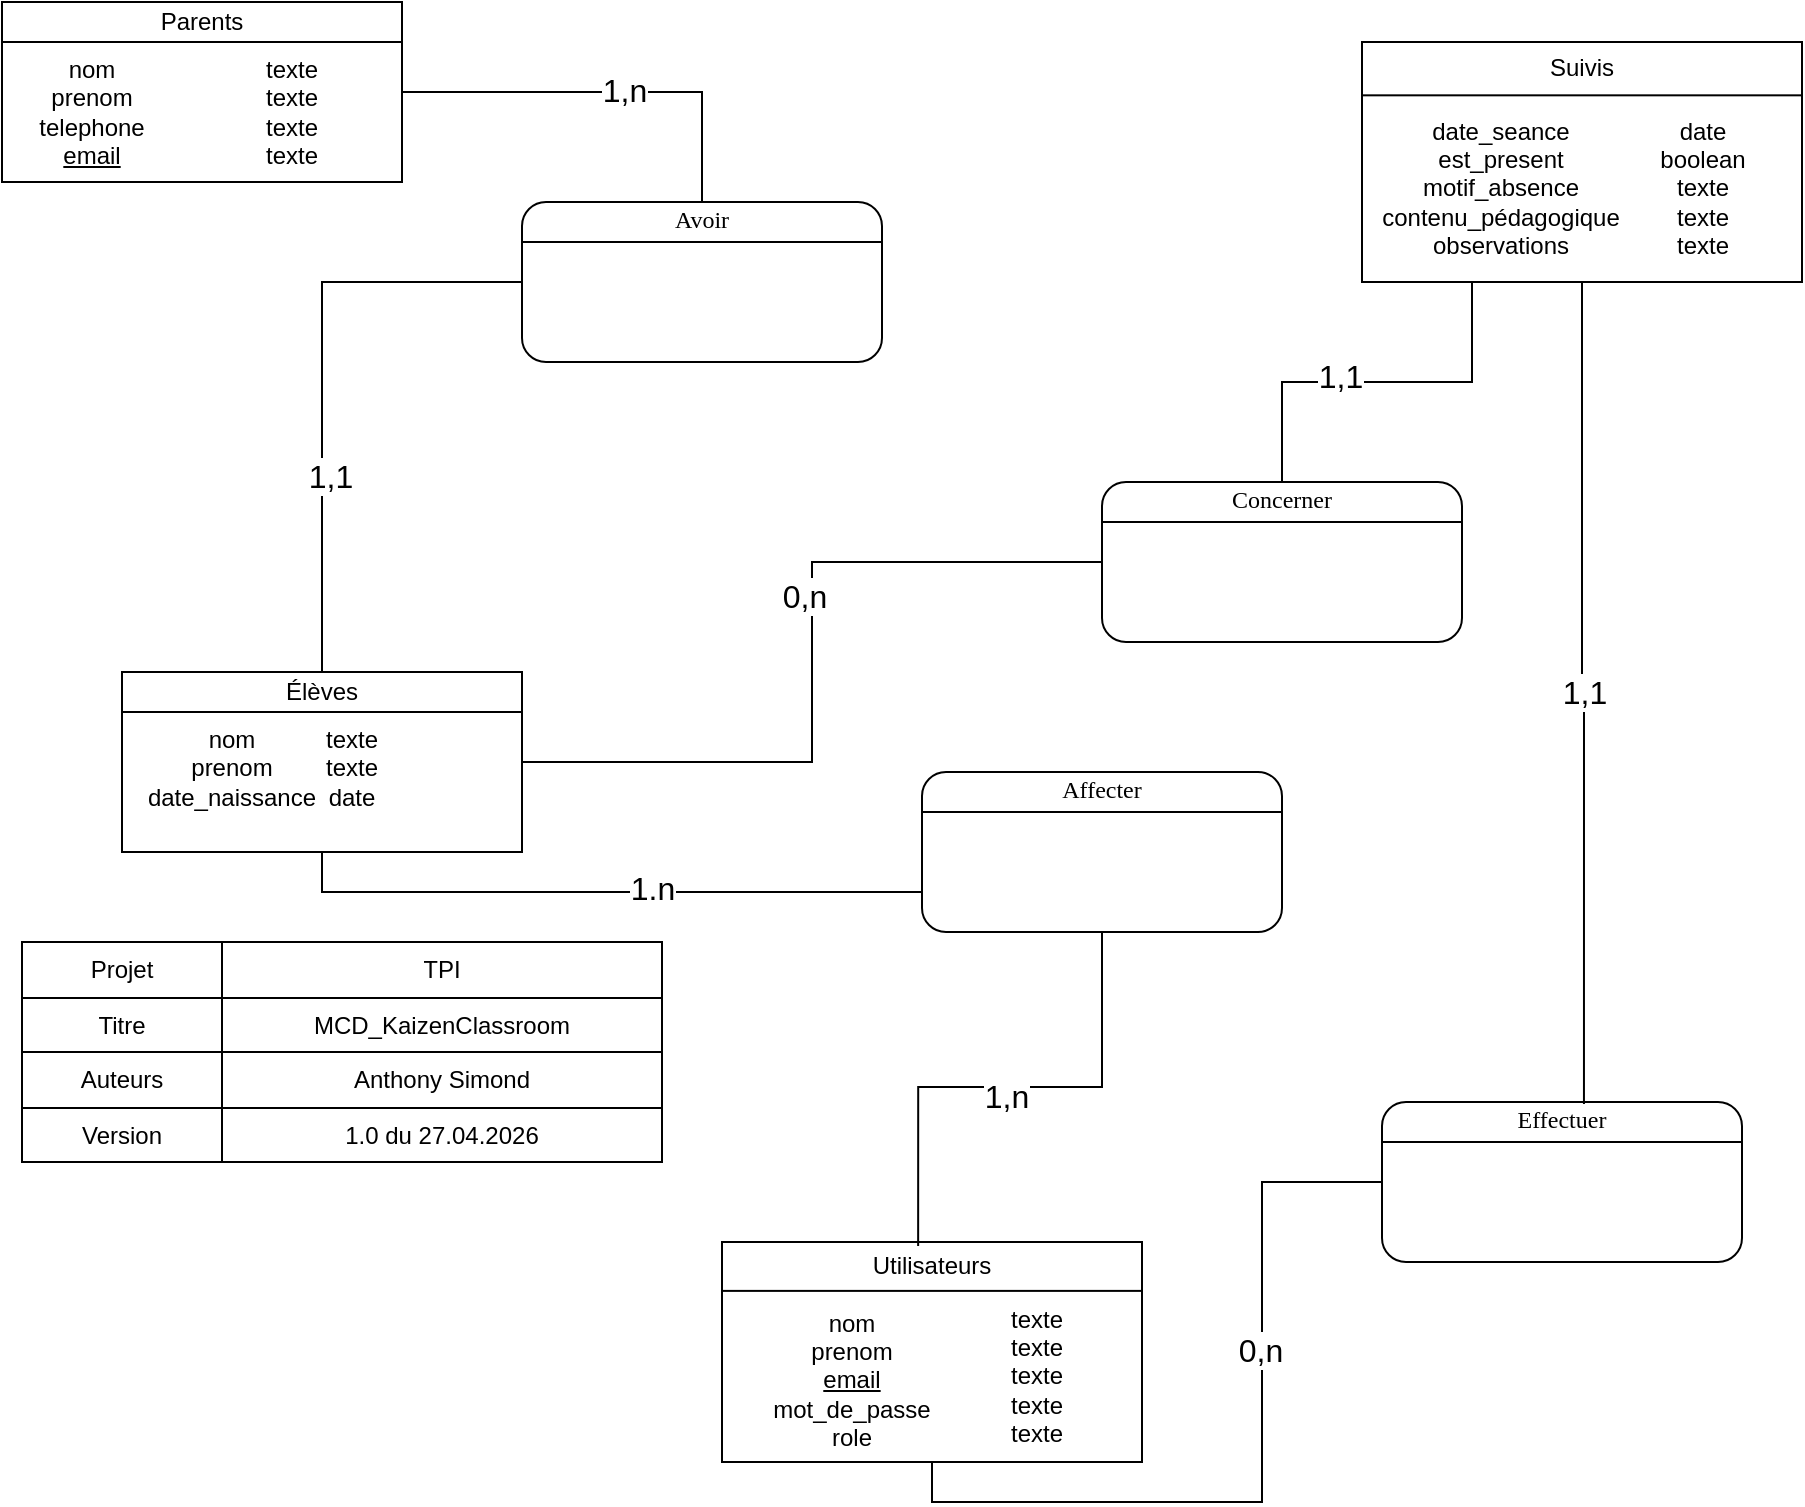
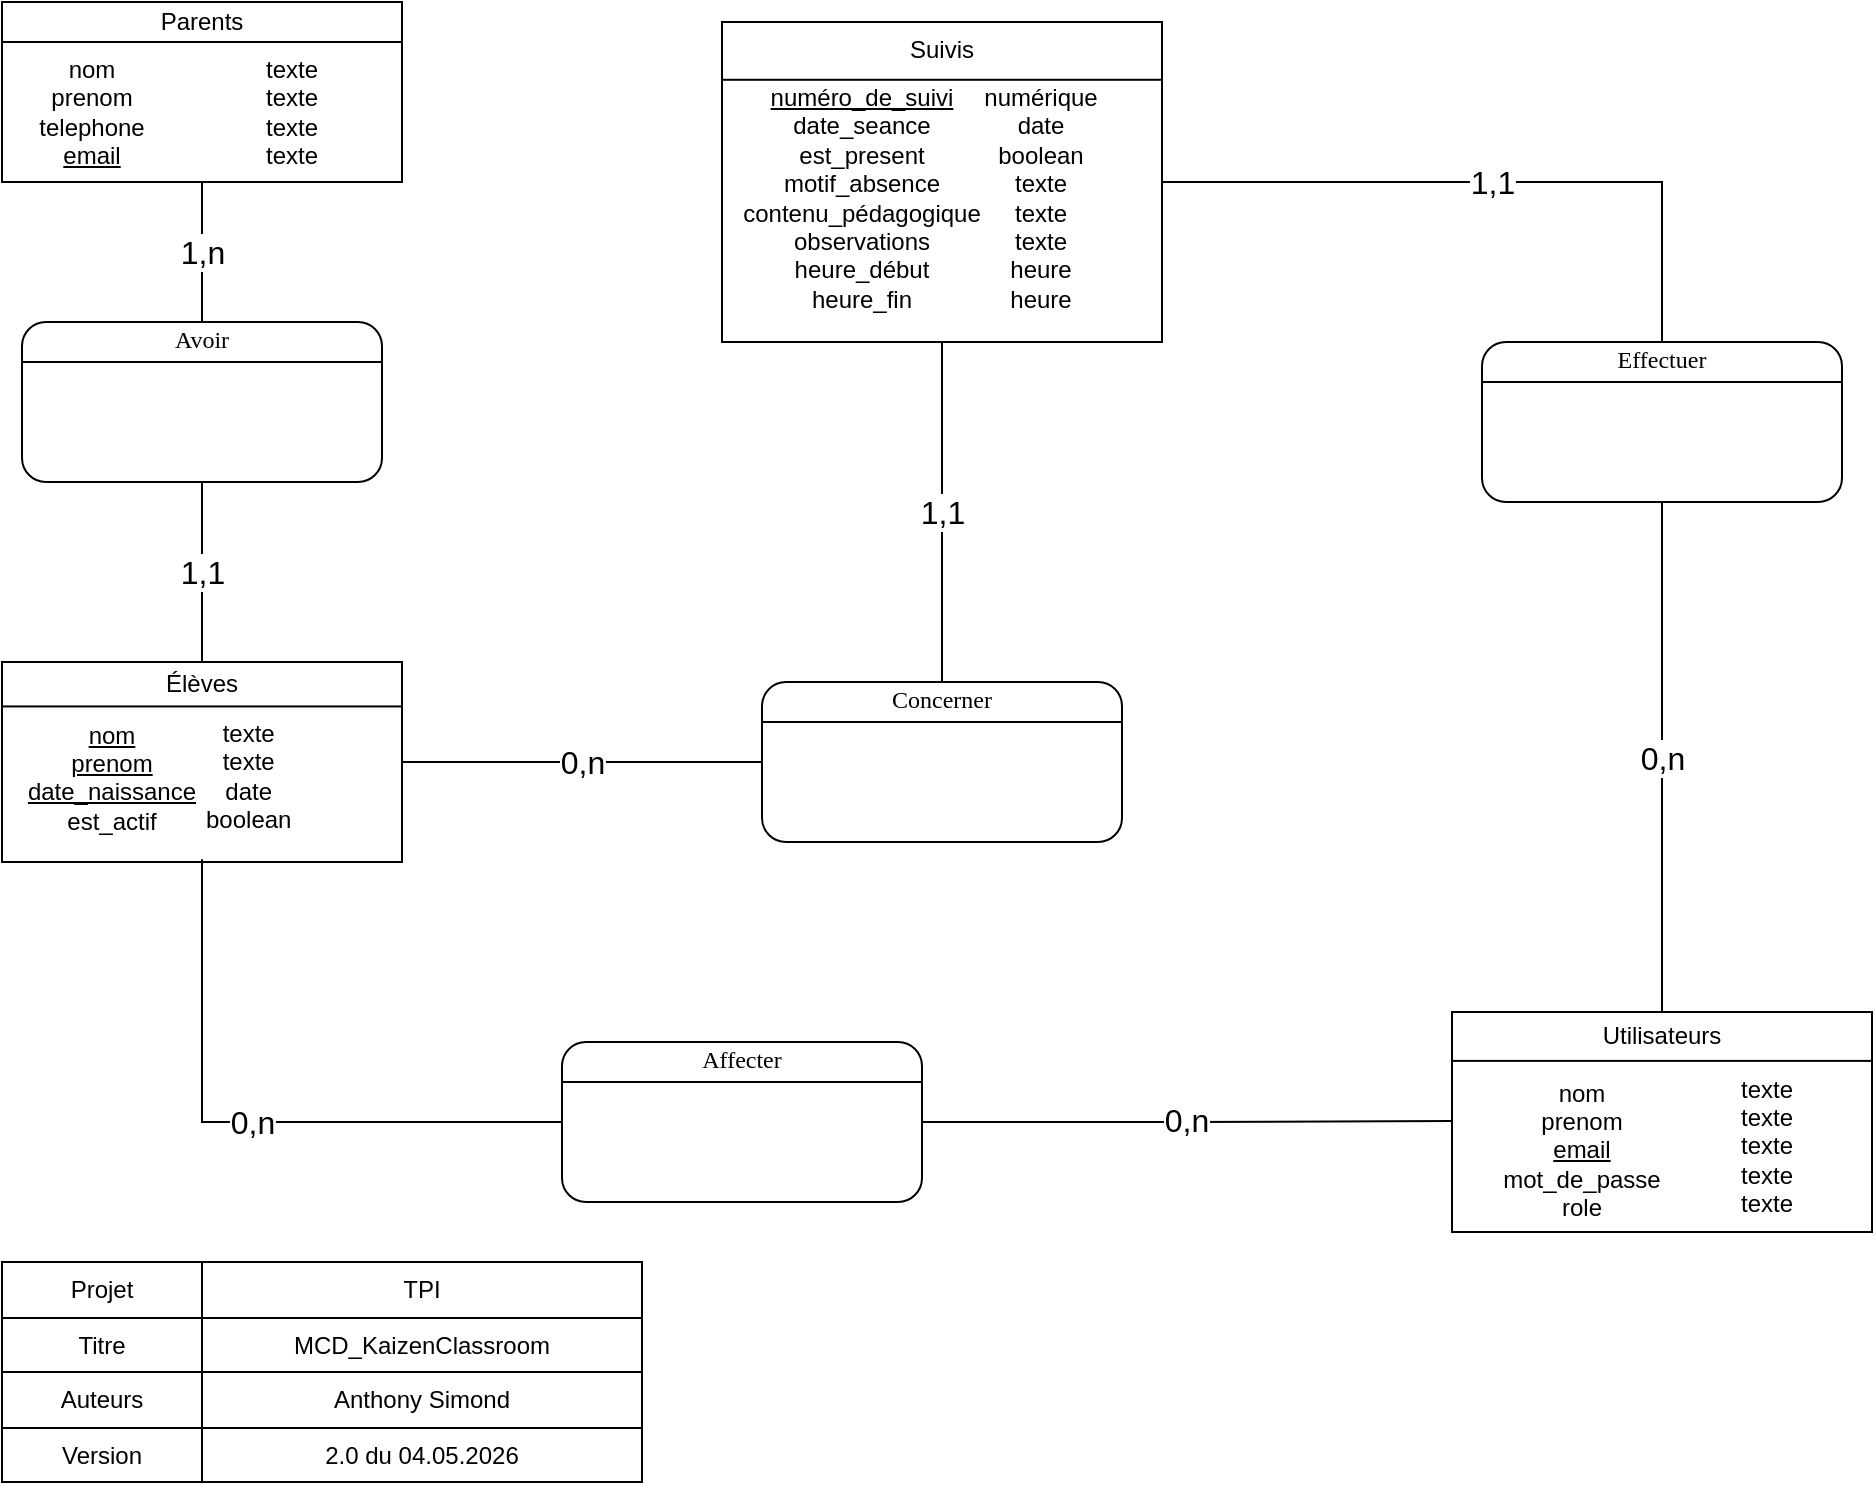
<mxfile host="Electron" agent="Mozilla/5.0 (Windows NT 10.0; Win64; x64) AppleWebKit/537.36 (KHTML, like Gecko) draw.io/24.7.17 Chrome/128.0.6613.36 Electron/32.0.1 Safari/537.36">
  <diagram name="Page-1" id="2ca16b54-16f6-2749-3443-fa8db7711227">
-     <mxGraphModel dx="928" dy="904" grid="1" gridSize="10" guides="1" tooltips="1" connect="1" arrows="1" fold="1" page="1" pageScale="1" pageWidth="1100" pageHeight="850" background="#ffffff" math="0" shadow="0">
+     <mxGraphModel dx="1414" dy="875" grid="1" gridSize="10" guides="1" tooltips="1" connect="1" arrows="1" fold="1" page="1" pageScale="1" pageWidth="1100" pageHeight="850" background="#ffffff" math="0" shadow="0">
      <root>
        <mxCell id="0" />
        <mxCell id="1" parent="0" />
        <mxCell id="P3KeosH_1Nq0pWPk4QVd-1" connectable="0" parent="1" style="group" value="" vertex="1">
-           <mxGeometry height="110" width="210" x="430" y="620" as="geometry" />
+           <mxGeometry height="110" width="210" x="795" y="535" as="geometry" />
        </mxCell>
        <mxCell id="2ed32ef02a7f4228-1" parent="P3KeosH_1Nq0pWPk4QVd-1" style="verticalAlign=top;align=center;overflow=fill;html=1;rounded=0;shadow=0;comic=0;labelBackgroundColor=none;strokeColor=#000000;strokeWidth=1;fillColor=#ffffff;fontFamily=Verdana;fontSize=12;fontColor=#000000;" value="&lt;div style=&quot;box-sizing: border-box ; width: 100% ; padding: 2px&quot;&gt;&lt;br&gt;&lt;/div&gt;" vertex="1">
          <mxGeometry height="110.00000000000001" width="210" as="geometry" />
        </mxCell>
        <mxCell id="SjU_2BTI9DgWFUzOwO9X-2" parent="P3KeosH_1Nq0pWPk4QVd-1" style="rounded=0;whiteSpace=wrap;html=1;" value="Utilisateurs" vertex="1">
          <mxGeometry height="24.444444444444446" width="210" as="geometry" />
        </mxCell>
        <mxCell id="aBcTlpr6zsOmwINfdCLD-7" parent="P3KeosH_1Nq0pWPk4QVd-1" style="text;html=1;whiteSpace=wrap;strokeColor=none;fillColor=none;align=center;verticalAlign=middle;rounded=0;" value="nom&lt;div&gt;prenom&lt;/div&gt;&lt;div&gt;&lt;u&gt;email&lt;/u&gt;&lt;/div&gt;&lt;div&gt;mot_de_passe&lt;/div&gt;&lt;div&gt;role&lt;/div&gt;" vertex="1">
          <mxGeometry height="57.78" width="130" y="40" as="geometry" />
        </mxCell>
        <mxCell id="aBcTlpr6zsOmwINfdCLD-8" parent="P3KeosH_1Nq0pWPk4QVd-1" style="text;html=1;whiteSpace=wrap;strokeColor=none;fillColor=none;align=center;verticalAlign=middle;rounded=0;" value="texte&lt;div&gt;texte&lt;/div&gt;&lt;div&gt;texte&lt;/div&gt;&lt;div&gt;texte&lt;/div&gt;&lt;div&gt;texte&lt;/div&gt;" vertex="1">
          <mxGeometry height="61.111111111111114" width="94.5" x="110" y="36.66666666666667" as="geometry" />
        </mxCell>
        <mxCell id="P3KeosH_1Nq0pWPk4QVd-2" connectable="0" parent="1" style="group" value="" vertex="1">
-           <mxGeometry height="80" width="180" x="760" y="550" as="geometry" />
+           <mxGeometry height="80" width="180" x="810" y="200" as="geometry" />
        </mxCell>
        <mxCell id="Gy9qdy7r6_L6vcuzWhop-12" parent="P3KeosH_1Nq0pWPk4QVd-2" style="verticalAlign=top;align=center;overflow=fill;html=1;rounded=1;shadow=0;comic=0;labelBackgroundColor=none;strokeColor=#000000;strokeWidth=1;fillColor=#ffffff;fontFamily=Verdana;fontSize=12;fontColor=#000000;" value="&lt;div style=&quot;box-sizing: border-box ; width: 100% ; padding: 2px&quot;&gt;Effectuer&lt;/div&gt;" vertex="1">
          <mxGeometry height="80" width="180" as="geometry" />
        </mxCell>
        <mxCell id="SjU_2BTI9DgWFUzOwO9X-13" edge="1" parent="P3KeosH_1Nq0pWPk4QVd-2" source="Gy9qdy7r6_L6vcuzWhop-12" style="endArrow=none;html=1;entryX=1;entryY=0.25;entryDx=0;entryDy=0;exitX=0;exitY=0.25;exitDx=0;exitDy=0;" target="Gy9qdy7r6_L6vcuzWhop-12" value="">
          <mxGeometry height="50" relative="1" width="50" as="geometry">
            <mxPoint x="-280" y="155" as="sourcePoint" />
            <mxPoint x="-230" y="105" as="targetPoint" />
          </mxGeometry>
        </mxCell>
        <mxCell id="P3KeosH_1Nq0pWPk4QVd-3" connectable="0" parent="1" style="group" value="" vertex="1">
-           <mxGeometry height="90" width="200" x="130" y="335" as="geometry" />
+           <mxGeometry height="100" width="200" x="70" y="360" as="geometry" />
        </mxCell>
        <mxCell id="P3KeosH_1Nq0pWPk4QVd-4" parent="P3KeosH_1Nq0pWPk4QVd-3" style="verticalAlign=top;align=center;overflow=fill;html=1;rounded=0;shadow=0;comic=0;labelBackgroundColor=none;strokeColor=#000000;strokeWidth=1;fillColor=#ffffff;fontFamily=Verdana;fontSize=12;fontColor=#000000;" value="&lt;div style=&quot;box-sizing: border-box ; width: 100% ; padding: 2px&quot;&gt;&lt;br&gt;&lt;/div&gt;" vertex="1">
-           <mxGeometry height="90" width="200" as="geometry" />
+           <mxGeometry height="100" width="200" as="geometry" />
        </mxCell>
        <mxCell id="P3KeosH_1Nq0pWPk4QVd-5" parent="P3KeosH_1Nq0pWPk4QVd-3" style="rounded=0;whiteSpace=wrap;html=1;" value="Élèves" vertex="1">
-           <mxGeometry height="20" width="200" as="geometry" />
+           <mxGeometry height="22.22222222222222" width="200" as="geometry" />
        </mxCell>
-         <mxCell id="aBcTlpr6zsOmwINfdCLD-9" parent="P3KeosH_1Nq0pWPk4QVd-3" style="text;html=1;whiteSpace=wrap;strokeColor=none;fillColor=none;align=center;verticalAlign=middle;rounded=0;" value="nom&lt;div&gt;prenom&lt;/div&gt;&lt;div&gt;date_naissance&lt;/div&gt;&lt;div&gt;&lt;br&gt;&lt;/div&gt;" vertex="1">
-           <mxGeometry height="50" width="90" x="10" y="30" as="geometry" />
+         <mxCell id="aBcTlpr6zsOmwINfdCLD-9" parent="P3KeosH_1Nq0pWPk4QVd-3" style="text;html=1;whiteSpace=wrap;strokeColor=none;fillColor=none;align=center;verticalAlign=middle;rounded=0;" value="&lt;u&gt;nom&lt;/u&gt;&lt;div&gt;&lt;u&gt;prenom&lt;/u&gt;&lt;/div&gt;&lt;div&gt;&lt;u&gt;date_naissance&lt;/u&gt;&lt;/div&gt;&lt;div&gt;est_actif&lt;/div&gt;&lt;div&gt;&lt;br&gt;&lt;/div&gt;" vertex="1">
+           <mxGeometry height="66.67" width="90" x="10" y="32" as="geometry" />
        </mxCell>
-         <mxCell id="aBcTlpr6zsOmwINfdCLD-13" parent="P3KeosH_1Nq0pWPk4QVd-3" style="text;whiteSpace=wrap;html=1;" value="&lt;div style=&quot;text-align: center;&quot;&gt;&lt;span style=&quot;background-color: transparent; color: light-dark(rgb(0, 0, 0), rgb(255, 255, 255));&quot;&gt;texte&lt;/span&gt;&lt;/div&gt;&lt;div style=&quot;text-align: center;&quot;&gt;&lt;span style=&quot;background-color: transparent; color: light-dark(rgb(0, 0, 0), rgb(255, 255, 255));&quot;&gt;texte&lt;/span&gt;&lt;/div&gt;&lt;div style=&quot;text-align: center;&quot;&gt;date&lt;/div&gt;" vertex="1">
-           <mxGeometry height="50" width="100" x="100" y="20" as="geometry" />
+         <mxCell id="aBcTlpr6zsOmwINfdCLD-13" parent="P3KeosH_1Nq0pWPk4QVd-3" style="text;whiteSpace=wrap;html=1;" value="&lt;div style=&quot;text-align: center;&quot;&gt;&lt;span style=&quot;background-color: transparent; color: light-dark(rgb(0, 0, 0), rgb(255, 255, 255));&quot;&gt;texte&lt;/span&gt;&lt;/div&gt;&lt;div style=&quot;text-align: center;&quot;&gt;&lt;span style=&quot;background-color: transparent; color: light-dark(rgb(0, 0, 0), rgb(255, 255, 255));&quot;&gt;texte&lt;/span&gt;&lt;/div&gt;&lt;div style=&quot;text-align: center;&quot;&gt;date&lt;/div&gt;&lt;div style=&quot;text-align: center;&quot;&gt;boolean&lt;/div&gt;" vertex="1">
+           <mxGeometry height="67.78" width="88.24" x="100" y="22.22" as="geometry" />
        </mxCell>
        <mxCell id="P3KeosH_1Nq0pWPk4QVd-14" parent="1" style="shape=table;html=1;whiteSpace=wrap;startSize=0;container=1;collapsible=0;childLayout=tableLayout;" value="" vertex="1">
-           <mxGeometry height="110" width="320" x="80" y="470" as="geometry" />
+           <mxGeometry height="110" width="320" x="70" y="660" as="geometry" />
        </mxCell>
        <mxCell id="P3KeosH_1Nq0pWPk4QVd-15" parent="P3KeosH_1Nq0pWPk4QVd-14" style="shape=partialRectangle;html=1;whiteSpace=wrap;collapsible=0;dropTarget=0;pointerEvents=0;fillColor=none;top=0;left=0;bottom=0;right=0;points=[[0,0.5],[1,0.5]];portConstraint=eastwest;" value="" vertex="1">
          <mxGeometry height="28" width="320" as="geometry" />
        </mxCell>
        <mxCell id="P3KeosH_1Nq0pWPk4QVd-16" parent="P3KeosH_1Nq0pWPk4QVd-15" style="shape=partialRectangle;html=1;whiteSpace=wrap;connectable=0;overflow=hidden;fillColor=none;top=0;left=0;bottom=0;right=0;" value="Projet" vertex="1">
          <mxGeometry height="28" width="100" as="geometry">
            <mxRectangle height="28" width="100" as="alternateBounds" />
          </mxGeometry>
        </mxCell>
        <mxCell id="P3KeosH_1Nq0pWPk4QVd-17" parent="P3KeosH_1Nq0pWPk4QVd-15" style="shape=partialRectangle;html=1;whiteSpace=wrap;connectable=0;overflow=hidden;fillColor=none;top=0;left=0;bottom=0;right=0;" value="TPI" vertex="1">
          <mxGeometry height="28" width="220" x="100" as="geometry">
            <mxRectangle height="28" width="220" as="alternateBounds" />
          </mxGeometry>
        </mxCell>
        <mxCell id="P3KeosH_1Nq0pWPk4QVd-18" parent="P3KeosH_1Nq0pWPk4QVd-14" style="shape=partialRectangle;html=1;whiteSpace=wrap;collapsible=0;dropTarget=0;pointerEvents=0;fillColor=none;top=0;left=0;bottom=0;right=0;points=[[0,0.5],[1,0.5]];portConstraint=eastwest;" value="" vertex="1">
          <mxGeometry height="27" width="320" y="28" as="geometry" />
        </mxCell>
        <mxCell id="P3KeosH_1Nq0pWPk4QVd-19" parent="P3KeosH_1Nq0pWPk4QVd-18" style="shape=partialRectangle;html=1;whiteSpace=wrap;connectable=0;overflow=hidden;fillColor=none;top=0;left=0;bottom=0;right=0;" value="Titre" vertex="1">
          <mxGeometry height="27" width="100" as="geometry">
            <mxRectangle height="27" width="100" as="alternateBounds" />
          </mxGeometry>
        </mxCell>
        <mxCell id="P3KeosH_1Nq0pWPk4QVd-20" parent="P3KeosH_1Nq0pWPk4QVd-18" style="shape=partialRectangle;html=1;whiteSpace=wrap;connectable=0;overflow=hidden;fillColor=none;top=0;left=0;bottom=0;right=0;" value="MCD_KaizenClassroom" vertex="1">
          <mxGeometry height="27" width="220" x="100" as="geometry">
            <mxRectangle height="27" width="220" as="alternateBounds" />
          </mxGeometry>
        </mxCell>
        <mxCell id="P3KeosH_1Nq0pWPk4QVd-21" parent="P3KeosH_1Nq0pWPk4QVd-14" style="shape=partialRectangle;html=1;whiteSpace=wrap;collapsible=0;dropTarget=0;pointerEvents=0;fillColor=none;top=0;left=0;bottom=0;right=0;points=[[0,0.5],[1,0.5]];portConstraint=eastwest;" value="" vertex="1">
          <mxGeometry height="28" width="320" y="55" as="geometry" />
        </mxCell>
        <mxCell id="P3KeosH_1Nq0pWPk4QVd-22" parent="P3KeosH_1Nq0pWPk4QVd-21" style="shape=partialRectangle;html=1;whiteSpace=wrap;connectable=0;overflow=hidden;fillColor=none;top=0;left=0;bottom=0;right=0;" value="Auteurs" vertex="1">
          <mxGeometry height="28" width="100" as="geometry">
            <mxRectangle height="28" width="100" as="alternateBounds" />
          </mxGeometry>
        </mxCell>
        <mxCell id="P3KeosH_1Nq0pWPk4QVd-23" parent="P3KeosH_1Nq0pWPk4QVd-21" style="shape=partialRectangle;html=1;whiteSpace=wrap;connectable=0;overflow=hidden;fillColor=none;top=0;left=0;bottom=0;right=0;" value="Anthony Simond" vertex="1">
          <mxGeometry height="28" width="220" x="100" as="geometry">
            <mxRectangle height="28" width="220" as="alternateBounds" />
          </mxGeometry>
        </mxCell>
        <mxCell id="P3KeosH_1Nq0pWPk4QVd-24" parent="P3KeosH_1Nq0pWPk4QVd-14" style="shape=partialRectangle;html=1;whiteSpace=wrap;collapsible=0;dropTarget=0;pointerEvents=0;fillColor=none;top=0;left=0;bottom=0;right=0;points=[[0,0.5],[1,0.5]];portConstraint=eastwest;" value="" vertex="1">
          <mxGeometry height="27" width="320" y="83" as="geometry" />
        </mxCell>
        <mxCell id="P3KeosH_1Nq0pWPk4QVd-25" parent="P3KeosH_1Nq0pWPk4QVd-24" style="shape=partialRectangle;html=1;whiteSpace=wrap;connectable=0;overflow=hidden;fillColor=none;top=0;left=0;bottom=0;right=0;" value="Version" vertex="1">
          <mxGeometry height="27" width="100" as="geometry">
            <mxRectangle height="27" width="100" as="alternateBounds" />
          </mxGeometry>
        </mxCell>
-         <mxCell id="P3KeosH_1Nq0pWPk4QVd-26" parent="P3KeosH_1Nq0pWPk4QVd-24" style="shape=partialRectangle;html=1;whiteSpace=wrap;connectable=0;overflow=hidden;fillColor=none;top=0;left=0;bottom=0;right=0;" value="1.0 du 27.04.2026" vertex="1">
+         <mxCell id="P3KeosH_1Nq0pWPk4QVd-26" parent="P3KeosH_1Nq0pWPk4QVd-24" style="shape=partialRectangle;html=1;whiteSpace=wrap;connectable=0;overflow=hidden;fillColor=none;top=0;left=0;bottom=0;right=0;" value="2.0 du 04.05.2026" vertex="1">
          <mxGeometry height="27" width="220" x="100" as="geometry">
            <mxRectangle height="27" width="220" as="alternateBounds" />
          </mxGeometry>
        </mxCell>
        <mxCell id="aBcTlpr6zsOmwINfdCLD-1" connectable="0" parent="1" style="group" value="" vertex="1">
-           <mxGeometry height="120" width="220" x="750" y="20" as="geometry" />
+           <mxGeometry height="160" width="220" x="430" y="40" as="geometry" />
        </mxCell>
        <mxCell id="aBcTlpr6zsOmwINfdCLD-2" parent="aBcTlpr6zsOmwINfdCLD-1" style="verticalAlign=top;align=center;overflow=fill;html=1;rounded=0;shadow=0;comic=0;labelBackgroundColor=none;strokeColor=#000000;strokeWidth=1;fillColor=#ffffff;fontFamily=Verdana;fontSize=12;fontColor=#000000;" value="&lt;div style=&quot;box-sizing: border-box ; width: 100% ; padding: 2px&quot;&gt;&lt;br&gt;&lt;/div&gt;" vertex="1">
-           <mxGeometry height="120" width="220.00000000000003" as="geometry" />
+           <mxGeometry height="160" width="220" as="geometry" />
        </mxCell>
        <mxCell id="aBcTlpr6zsOmwINfdCLD-3" parent="aBcTlpr6zsOmwINfdCLD-1" style="rounded=0;whiteSpace=wrap;html=1;" value="Suivis" vertex="1">
-           <mxGeometry height="26.666666666666664" width="220.00000000000003" as="geometry" />
+           <mxGeometry height="28.888888888888886" width="220.00000000000003" as="geometry" />
        </mxCell>
-         <mxCell id="aBcTlpr6zsOmwINfdCLD-12" parent="aBcTlpr6zsOmwINfdCLD-1" style="text;html=1;whiteSpace=wrap;strokeColor=none;fillColor=none;align=center;verticalAlign=middle;rounded=0;" value="date&lt;div&gt;boolean&lt;/div&gt;&lt;div&gt;texte&lt;/div&gt;&lt;div&gt;texte&lt;/div&gt;&lt;div&gt;texte&lt;/div&gt;" vertex="1">
-           <mxGeometry height="66.66666666666666" width="99.00000000000001" x="121.00000000000001" y="40" as="geometry" />
+         <mxCell id="aBcTlpr6zsOmwINfdCLD-12" parent="aBcTlpr6zsOmwINfdCLD-1" style="text;html=1;whiteSpace=wrap;strokeColor=none;fillColor=none;align=center;verticalAlign=middle;rounded=0;" value="&lt;div&gt;numérique&lt;/div&gt;date&lt;div&gt;boolean&lt;/div&gt;&lt;div&gt;texte&lt;/div&gt;&lt;div&gt;texte&lt;/div&gt;&lt;div&gt;texte&lt;/div&gt;&lt;div&gt;heure&lt;/div&gt;&lt;div&gt;heure&lt;/div&gt;" vertex="1">
+           <mxGeometry height="72.22" width="79" x="120" y="52.22" as="geometry" />
        </mxCell>
-         <mxCell id="aBcTlpr6zsOmwINfdCLD-11" parent="aBcTlpr6zsOmwINfdCLD-1" style="text;html=1;whiteSpace=wrap;strokeColor=none;fillColor=none;align=center;verticalAlign=middle;rounded=0;" value="date_seance&lt;div&gt;est_present&lt;/div&gt;&lt;div&gt;motif_absence&lt;/div&gt;&lt;div&gt;contenu_pédagogique&lt;/div&gt;&lt;div&gt;observations&lt;/div&gt;" vertex="1">
-           <mxGeometry height="66.66666666666666" width="99.00000000000001" x="20" y="40" as="geometry" />
+         <mxCell id="aBcTlpr6zsOmwINfdCLD-11" parent="aBcTlpr6zsOmwINfdCLD-1" style="text;html=1;whiteSpace=wrap;strokeColor=none;fillColor=none;align=center;verticalAlign=middle;rounded=0;" value="&lt;div&gt;&lt;u&gt;numéro_de_suivi&lt;/u&gt;&lt;/div&gt;date_seance&lt;div&gt;est_present&lt;/div&gt;&lt;div&gt;motif_absence&lt;/div&gt;&lt;div&gt;contenu_pédagogique&lt;/div&gt;&lt;div&gt;observations&lt;/div&gt;&lt;div&gt;heure_début&lt;/div&gt;&lt;div&gt;heure_fin&lt;/div&gt;" vertex="1">
+           <mxGeometry height="116.67" width="100" x="20" y="29.99" as="geometry" />
        </mxCell>
        <mxCell id="aBcTlpr6zsOmwINfdCLD-4" connectable="0" parent="1" style="group" value="" vertex="1">
-           <mxGeometry height="90" width="200" x="70" as="geometry" />
+           <mxGeometry height="90" width="200" x="70" y="30" as="geometry" />
        </mxCell>
        <mxCell id="aBcTlpr6zsOmwINfdCLD-5" parent="aBcTlpr6zsOmwINfdCLD-4" style="verticalAlign=top;align=center;overflow=fill;html=1;rounded=0;shadow=0;comic=0;labelBackgroundColor=none;strokeColor=#000000;strokeWidth=1;fillColor=#ffffff;fontFamily=Verdana;fontSize=12;fontColor=#000000;" value="&lt;div style=&quot;box-sizing: border-box ; width: 100% ; padding: 2px&quot;&gt;&lt;br&gt;&lt;/div&gt;" vertex="1">
          <mxGeometry height="90" width="200" as="geometry" />
        </mxCell>
        <mxCell id="aBcTlpr6zsOmwINfdCLD-6" parent="aBcTlpr6zsOmwINfdCLD-4" style="rounded=0;whiteSpace=wrap;html=1;" value="Parents" vertex="1">
          <mxGeometry height="20" width="200" as="geometry" />
        </mxCell>
        <mxCell id="aBcTlpr6zsOmwINfdCLD-14" parent="aBcTlpr6zsOmwINfdCLD-4" style="text;html=1;whiteSpace=wrap;strokeColor=none;fillColor=none;align=center;verticalAlign=middle;rounded=0;" value="nom&lt;div&gt;prenom&lt;/div&gt;&lt;div&gt;telephone&lt;/div&gt;&lt;div&gt;&lt;u&gt;email&lt;/u&gt;&lt;/div&gt;" vertex="1">
          <mxGeometry height="50" width="70" x="10" y="30" as="geometry" />
        </mxCell>
        <mxCell id="aBcTlpr6zsOmwINfdCLD-15" parent="aBcTlpr6zsOmwINfdCLD-4" style="text;html=1;whiteSpace=wrap;strokeColor=none;fillColor=none;align=center;verticalAlign=middle;rounded=0;" value="texte&lt;div&gt;texte&lt;/div&gt;&lt;div&gt;texte&lt;/div&gt;&lt;div&gt;texte&lt;/div&gt;" vertex="1">
          <mxGeometry height="50" width="90" x="100" y="30" as="geometry" />
        </mxCell>
-         <mxCell id="aBcTlpr6zsOmwINfdCLD-17" edge="1" parent="1" source="2ed32ef02a7f4228-1" style="edgeStyle=orthogonalEdgeStyle;rounded=0;orthogonalLoop=1;jettySize=auto;html=1;exitX=0.5;exitY=1;exitDx=0;exitDy=0;endArrow=none;endFill=0;" target="Gy9qdy7r6_L6vcuzWhop-12">
-           <mxGeometry relative="1" as="geometry" />
-         </mxCell>
-         <mxCell id="aBcTlpr6zsOmwINfdCLD-39" connectable="0" parent="aBcTlpr6zsOmwINfdCLD-17" style="edgeLabel;html=1;align=center;verticalAlign=middle;resizable=0;points=[];fontSize=16;" value="0,n" vertex="1">
-           <mxGeometry relative="1" x="0.2935" as="geometry">
-             <mxPoint x="-1" y="1" as="offset" />
-           </mxGeometry>
-         </mxCell>
        <mxCell id="aBcTlpr6zsOmwINfdCLD-19" connectable="0" parent="1" style="group" value="" vertex="1">
-           <mxGeometry height="80" width="180" x="330" y="100" as="geometry" />
+           <mxGeometry height="80" width="180" x="80" y="190" as="geometry" />
        </mxCell>
        <mxCell id="aBcTlpr6zsOmwINfdCLD-20" parent="aBcTlpr6zsOmwINfdCLD-19" style="verticalAlign=top;align=center;overflow=fill;html=1;rounded=1;shadow=0;comic=0;labelBackgroundColor=none;strokeColor=#000000;strokeWidth=1;fillColor=#ffffff;fontFamily=Verdana;fontSize=12;fontColor=#000000;" value="&lt;div style=&quot;box-sizing: border-box ; width: 100% ; padding: 2px&quot;&gt;Avoir&lt;/div&gt;" vertex="1">
          <mxGeometry height="80" width="180" as="geometry" />
        </mxCell>
        <mxCell id="aBcTlpr6zsOmwINfdCLD-21" edge="1" parent="aBcTlpr6zsOmwINfdCLD-19" source="aBcTlpr6zsOmwINfdCLD-20" style="endArrow=none;html=1;entryX=1;entryY=0.25;entryDx=0;entryDy=0;exitX=0;exitY=0.25;exitDx=0;exitDy=0;" target="aBcTlpr6zsOmwINfdCLD-20" value="">
          <mxGeometry height="50" relative="1" width="50" as="geometry">
            <mxPoint x="-280" y="155" as="sourcePoint" />
            <mxPoint x="-230" y="105" as="targetPoint" />
          </mxGeometry>
        </mxCell>
        <mxCell id="aBcTlpr6zsOmwINfdCLD-22" connectable="0" parent="1" style="group" value="" vertex="1">
-           <mxGeometry height="80" width="180" x="620" y="240" as="geometry" />
+           <mxGeometry height="80" width="180" x="450" y="370" as="geometry" />
        </mxCell>
        <mxCell id="aBcTlpr6zsOmwINfdCLD-23" parent="aBcTlpr6zsOmwINfdCLD-22" style="verticalAlign=top;align=center;overflow=fill;html=1;rounded=1;shadow=0;comic=0;labelBackgroundColor=none;strokeColor=#000000;strokeWidth=1;fillColor=#ffffff;fontFamily=Verdana;fontSize=12;fontColor=#000000;" value="&lt;div style=&quot;box-sizing: border-box ; width: 100% ; padding: 2px&quot;&gt;Concerner&lt;/div&gt;" vertex="1">
          <mxGeometry height="80" width="180" as="geometry" />
        </mxCell>
        <mxCell id="aBcTlpr6zsOmwINfdCLD-24" edge="1" parent="aBcTlpr6zsOmwINfdCLD-22" source="aBcTlpr6zsOmwINfdCLD-23" style="endArrow=none;html=1;entryX=1;entryY=0.25;entryDx=0;entryDy=0;exitX=0;exitY=0.25;exitDx=0;exitDy=0;" target="aBcTlpr6zsOmwINfdCLD-23" value="">
          <mxGeometry height="50" relative="1" width="50" as="geometry">
            <mxPoint x="-280" y="155" as="sourcePoint" />
            <mxPoint x="-229.99999999999997" y="105" as="targetPoint" />
          </mxGeometry>
        </mxCell>
        <mxCell id="aBcTlpr6zsOmwINfdCLD-25" connectable="0" parent="1" style="group" value="" vertex="1">
-           <mxGeometry height="80" width="180" x="530" y="385" as="geometry" />
+           <mxGeometry height="80" width="180" x="350" y="550" as="geometry" />
        </mxCell>
        <mxCell id="aBcTlpr6zsOmwINfdCLD-26" parent="aBcTlpr6zsOmwINfdCLD-25" style="verticalAlign=top;align=center;overflow=fill;html=1;rounded=1;shadow=0;comic=0;labelBackgroundColor=none;strokeColor=#000000;strokeWidth=1;fillColor=#ffffff;fontFamily=Verdana;fontSize=12;fontColor=#000000;" value="&lt;div style=&quot;box-sizing: border-box ; width: 100% ; padding: 2px&quot;&gt;Affecter&lt;/div&gt;" vertex="1">
          <mxGeometry height="80" width="180" as="geometry" />
        </mxCell>
        <mxCell id="aBcTlpr6zsOmwINfdCLD-27" edge="1" parent="aBcTlpr6zsOmwINfdCLD-25" source="aBcTlpr6zsOmwINfdCLD-26" style="endArrow=none;html=1;entryX=1;entryY=0.25;entryDx=0;entryDy=0;exitX=0;exitY=0.25;exitDx=0;exitDy=0;" target="aBcTlpr6zsOmwINfdCLD-26" value="">
          <mxGeometry height="50" relative="1" width="50" as="geometry">
            <mxPoint x="-280" y="155" as="sourcePoint" />
            <mxPoint x="-230" y="105" as="targetPoint" />
          </mxGeometry>
        </mxCell>
-         <mxCell id="aBcTlpr6zsOmwINfdCLD-30" edge="1" parent="1" source="aBcTlpr6zsOmwINfdCLD-5" style="edgeStyle=orthogonalEdgeStyle;rounded=0;orthogonalLoop=1;jettySize=auto;html=1;exitX=1;exitY=0.5;exitDx=0;exitDy=0;endArrow=none;endFill=0;" target="aBcTlpr6zsOmwINfdCLD-20">
+         <mxCell id="55DsO3vSZA5vfPIB3Rao-2" edge="1" parent="1" source="aBcTlpr6zsOmwINfdCLD-20" style="edgeStyle=orthogonalEdgeStyle;rounded=0;orthogonalLoop=1;jettySize=auto;html=1;exitX=0.5;exitY=0;exitDx=0;exitDy=0;entryX=0.5;entryY=1;entryDx=0;entryDy=0;endArrow=none;endFill=0;" target="aBcTlpr6zsOmwINfdCLD-5" value="&lt;font style=&quot;font-size: 16px;&quot;&gt;1,n&lt;/font&gt;">
          <mxGeometry relative="1" as="geometry" />
        </mxCell>
-         <mxCell id="aBcTlpr6zsOmwINfdCLD-52" connectable="0" parent="aBcTlpr6zsOmwINfdCLD-30" style="edgeLabel;html=1;align=center;verticalAlign=middle;resizable=0;points=[];fontSize=16;" value="1,n" vertex="1">
-           <mxGeometry relative="1" x="0.0829" y="1" as="geometry">
-             <mxPoint as="offset" />
-           </mxGeometry>
-         </mxCell>
-         <mxCell id="aBcTlpr6zsOmwINfdCLD-31" edge="1" parent="1" source="P3KeosH_1Nq0pWPk4QVd-5" style="edgeStyle=orthogonalEdgeStyle;rounded=0;orthogonalLoop=1;jettySize=auto;html=1;exitX=0.5;exitY=0;exitDx=0;exitDy=0;entryX=0;entryY=0.5;entryDx=0;entryDy=0;endArrow=none;endFill=0;" target="aBcTlpr6zsOmwINfdCLD-20">
+         <mxCell id="55DsO3vSZA5vfPIB3Rao-4" edge="1" parent="1" source="P3KeosH_1Nq0pWPk4QVd-5" style="edgeStyle=orthogonalEdgeStyle;rounded=0;orthogonalLoop=1;jettySize=auto;html=1;exitX=0.5;exitY=0;exitDx=0;exitDy=0;entryX=0.5;entryY=1;entryDx=0;entryDy=0;endArrow=none;endFill=0;" target="aBcTlpr6zsOmwINfdCLD-20" value="&lt;font style=&quot;font-size: 16px;&quot;&gt;1,1&lt;/font&gt;">
          <mxGeometry relative="1" as="geometry" />
        </mxCell>
-         <mxCell id="aBcTlpr6zsOmwINfdCLD-53" connectable="0" parent="aBcTlpr6zsOmwINfdCLD-31" style="edgeLabel;html=1;align=center;verticalAlign=middle;resizable=0;points=[];fontSize=16;" value="1,1" vertex="1">
-           <mxGeometry relative="1" x="-0.3356" y="-4" as="geometry">
-             <mxPoint as="offset" />
-           </mxGeometry>
-         </mxCell>
-         <mxCell id="aBcTlpr6zsOmwINfdCLD-29" edge="1" parent="1" source="aBcTlpr6zsOmwINfdCLD-13" style="edgeStyle=orthogonalEdgeStyle;rounded=0;orthogonalLoop=1;jettySize=auto;html=1;exitX=1;exitY=0.5;exitDx=0;exitDy=0;endArrow=none;endFill=0;entryX=0;entryY=0.5;entryDx=0;entryDy=0;" target="aBcTlpr6zsOmwINfdCLD-23">
-           <mxGeometry relative="1" as="geometry">
-             <mxPoint x="350" y="325" as="targetPoint" />
-           </mxGeometry>
-         </mxCell>
-         <mxCell id="aBcTlpr6zsOmwINfdCLD-47" connectable="0" parent="aBcTlpr6zsOmwINfdCLD-29" style="edgeLabel;html=1;align=center;verticalAlign=middle;resizable=0;points=[];fontSize=16;" value="0,n" vertex="1">
-           <mxGeometry relative="1" x="0.1746" y="4" as="geometry">
-             <mxPoint y="1" as="offset" />
-           </mxGeometry>
-         </mxCell>
-         <mxCell id="aBcTlpr6zsOmwINfdCLD-34" edge="1" parent="1" source="aBcTlpr6zsOmwINfdCLD-2" style="edgeStyle=orthogonalEdgeStyle;rounded=0;orthogonalLoop=1;jettySize=auto;html=1;exitX=0.5;exitY=1;exitDx=0;exitDy=0;entryX=0.561;entryY=0.013;entryDx=0;entryDy=0;entryPerimeter=0;endArrow=none;endFill=0;" target="Gy9qdy7r6_L6vcuzWhop-12" value="&lt;font style=&quot;font-size: 16px;&quot;&gt;1,1&lt;/font&gt;">
-           <mxGeometry relative="1" x="-0.0001" as="geometry">
-             <mxPoint as="offset" />
-           </mxGeometry>
-         </mxCell>
-         <mxCell id="aBcTlpr6zsOmwINfdCLD-45" edge="1" parent="1" source="aBcTlpr6zsOmwINfdCLD-2" style="edgeStyle=orthogonalEdgeStyle;rounded=0;orthogonalLoop=1;jettySize=auto;html=1;exitX=0.25;exitY=1;exitDx=0;exitDy=0;entryX=0.5;entryY=0;entryDx=0;entryDy=0;endArrow=none;endFill=0;" target="aBcTlpr6zsOmwINfdCLD-23">
+         <mxCell id="55DsO3vSZA5vfPIB3Rao-7" edge="1" parent="1" source="aBcTlpr6zsOmwINfdCLD-2" style="edgeStyle=orthogonalEdgeStyle;rounded=0;orthogonalLoop=1;jettySize=auto;html=1;exitX=0.5;exitY=1;exitDx=0;exitDy=0;entryX=0.5;entryY=0;entryDx=0;entryDy=0;endArrow=none;endFill=0;" target="aBcTlpr6zsOmwINfdCLD-23" value="&lt;font style=&quot;font-size: 16px;&quot;&gt;1,1&lt;/font&gt;">
          <mxGeometry relative="1" as="geometry" />
        </mxCell>
-         <mxCell id="aBcTlpr6zsOmwINfdCLD-48" connectable="0" parent="aBcTlpr6zsOmwINfdCLD-45" style="edgeLabel;html=1;align=center;verticalAlign=middle;resizable=0;points=[];fontSize=16;" value="1,1" vertex="1">
-           <mxGeometry relative="1" x="0.1924" y="-3" as="geometry">
-             <mxPoint as="offset" />
-           </mxGeometry>
-         </mxCell>
-         <mxCell id="aBcTlpr6zsOmwINfdCLD-50" edge="1" parent="1" source="aBcTlpr6zsOmwINfdCLD-26" style="edgeStyle=orthogonalEdgeStyle;rounded=0;orthogonalLoop=1;jettySize=auto;html=1;exitX=0.5;exitY=1;exitDx=0;exitDy=0;entryX=0.467;entryY=0.082;entryDx=0;entryDy=0;entryPerimeter=0;endArrow=none;endFill=0;" target="SjU_2BTI9DgWFUzOwO9X-2">
+         <mxCell id="55DsO3vSZA5vfPIB3Rao-8" edge="1" parent="1" source="Gy9qdy7r6_L6vcuzWhop-12" style="edgeStyle=orthogonalEdgeStyle;rounded=0;orthogonalLoop=1;jettySize=auto;html=1;exitX=0.5;exitY=1;exitDx=0;exitDy=0;entryX=0.5;entryY=0;entryDx=0;entryDy=0;endArrow=none;endFill=0;" target="SjU_2BTI9DgWFUzOwO9X-2" value="&lt;font style=&quot;font-size: 16px;&quot;&gt;0,n&lt;/font&gt;">
          <mxGeometry relative="1" as="geometry" />
        </mxCell>
-         <mxCell id="aBcTlpr6zsOmwINfdCLD-54" connectable="0" parent="aBcTlpr6zsOmwINfdCLD-50" style="edgeLabel;html=1;align=center;verticalAlign=middle;resizable=0;points=[];fontSize=16;" value="1,n" vertex="1">
-           <mxGeometry relative="1" x="0.0165" y="4" as="geometry">
-             <mxPoint x="1" as="offset" />
-           </mxGeometry>
-         </mxCell>
-         <mxCell id="aBcTlpr6zsOmwINfdCLD-51" edge="1" parent="1" source="P3KeosH_1Nq0pWPk4QVd-4" style="edgeStyle=orthogonalEdgeStyle;rounded=0;orthogonalLoop=1;jettySize=auto;html=1;exitX=0.5;exitY=1;exitDx=0;exitDy=0;entryX=0;entryY=0.75;entryDx=0;entryDy=0;endArrow=none;endFill=0;" target="aBcTlpr6zsOmwINfdCLD-26">
+         <mxCell id="55DsO3vSZA5vfPIB3Rao-9" edge="1" parent="1" source="aBcTlpr6zsOmwINfdCLD-26" style="edgeStyle=orthogonalEdgeStyle;rounded=0;orthogonalLoop=1;jettySize=auto;html=1;exitX=1;exitY=0.5;exitDx=0;exitDy=0;entryX=0;entryY=0.25;entryDx=0;entryDy=0;endArrow=none;endFill=0;" target="aBcTlpr6zsOmwINfdCLD-7" value="&lt;font style=&quot;font-size: 16px;&quot;&gt;0,n&lt;/font&gt;">
          <mxGeometry relative="1" as="geometry" />
        </mxCell>
-         <mxCell id="aBcTlpr6zsOmwINfdCLD-55" connectable="0" parent="aBcTlpr6zsOmwINfdCLD-51" style="edgeLabel;html=1;align=center;verticalAlign=middle;resizable=0;points=[];fontSize=16;" value="1.n" vertex="1">
-           <mxGeometry relative="1" x="0.1563" y="2" as="geometry">
+         <mxCell id="55DsO3vSZA5vfPIB3Rao-10" edge="1" parent="1" source="aBcTlpr6zsOmwINfdCLD-2" style="edgeStyle=orthogonalEdgeStyle;rounded=0;orthogonalLoop=1;jettySize=auto;html=1;exitX=1;exitY=0.5;exitDx=0;exitDy=0;entryX=0.5;entryY=0;entryDx=0;entryDy=0;endArrow=none;endFill=0;" target="Gy9qdy7r6_L6vcuzWhop-12" value="&lt;font style=&quot;font-size: 16px;&quot;&gt;1,1&lt;/font&gt;">
+           <mxGeometry relative="1" as="geometry" />
+         </mxCell>
+         <mxCell id="55DsO3vSZA5vfPIB3Rao-11" edge="1" parent="1" source="P3KeosH_1Nq0pWPk4QVd-4" style="edgeStyle=orthogonalEdgeStyle;rounded=0;orthogonalLoop=1;jettySize=auto;html=1;exitX=1;exitY=0.5;exitDx=0;exitDy=0;entryX=0;entryY=0.5;entryDx=0;entryDy=0;endArrow=none;endFill=0;" target="aBcTlpr6zsOmwINfdCLD-23" value="&lt;font style=&quot;font-size: 16px;&quot;&gt;0,n&lt;/font&gt;">
+           <mxGeometry relative="1" as="geometry" />
+         </mxCell>
+         <mxCell id="55DsO3vSZA5vfPIB3Rao-12" edge="1" parent="1" source="aBcTlpr6zsOmwINfdCLD-26" style="edgeStyle=orthogonalEdgeStyle;rounded=0;orthogonalLoop=1;jettySize=auto;html=1;exitX=0;exitY=0.5;exitDx=0;exitDy=0;entryX=1;entryY=1;entryDx=0;entryDy=0;endArrow=none;endFill=0;" target="aBcTlpr6zsOmwINfdCLD-9" value="&lt;font style=&quot;font-size: 16px;&quot;&gt;0,n&lt;/font&gt;">
+           <mxGeometry relative="1" x="0.0001" as="geometry">
            <mxPoint as="offset" />
          </mxGeometry>
        </mxCell>
      </root>
    </mxGraphModel>
  </diagram>
</mxfile>
